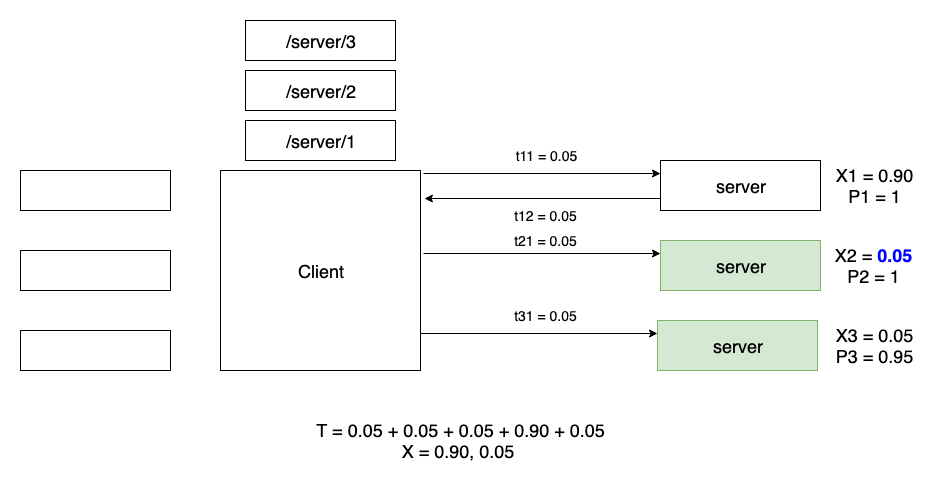
This is decks/grequests-https-talk/images/python-grequests-flow-6.png from saurabh-hirani/slides, a draw.io export, as it was before one commit. Source tidied: cells renumbered, new cells last; positions are measured from the earlier drawing's top-left corner, leaving out a move shared by most shapes.
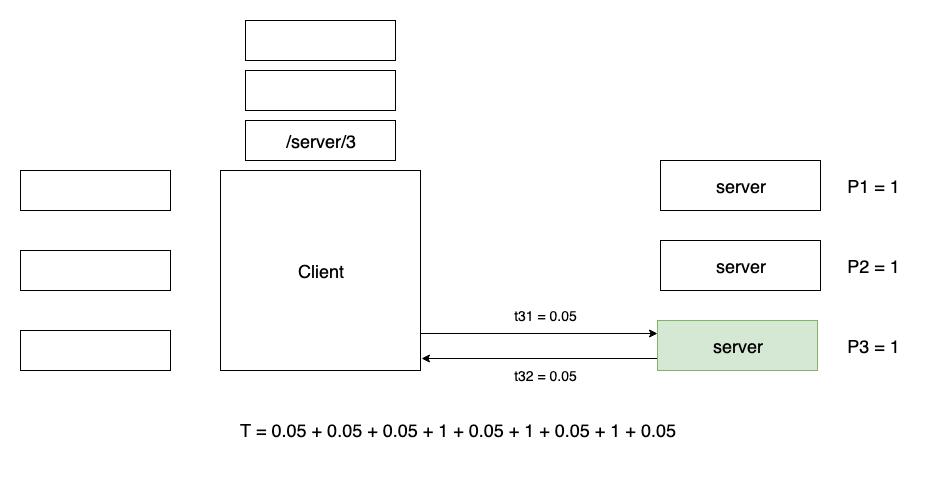
Later version of the same file.

What changed in the source:
```diff
@@ -14,23 +14,15 @@
     <mxCell id="5" value="&lt;font style=&quot;font-size: 18px&quot;&gt;Client&lt;/font&gt;" style="whiteSpace=wrap;html=1;" parent="1" vertex="1">
       <mxGeometry x="200" y="150" width="200" height="200" as="geometry" />
     </mxCell>
-    <mxCell id="6" style="edgeStyle=orthogonalEdgeStyle;rounded=0;jettySize=auto;html=1;exitX=1.015;exitY=0.015;exitDx=0;exitDy=0;entryX=0;entryY=0.25;entryDx=0;entryDy=0;exitPerimeter=0;" parent="1" edge="1" source="5" target="7">
-      <mxGeometry relative="1" as="geometry" />
-    </mxCell>
     <mxCell id="7" value="&lt;span style=&quot;white-space: normal&quot;&gt;&lt;font style=&quot;font-size: 18px&quot;&gt;server&lt;br&gt;&lt;/font&gt;&lt;/span&gt;" style="rounded=0;whiteSpace=wrap;html=1;" parent="1" vertex="1">
       <mxGeometry x="640" y="140" width="160" height="50" as="geometry" />
     </mxCell>
-    <object id="8" label="&lt;font style=&quot;font-size: 18px&quot;&gt;T = 0.05 + 0.05 + 0.05 + 0.90 + 0.05&lt;br&gt;X = 0.90, 0.05&amp;nbsp;&lt;br&gt;&lt;/font&gt;" name="Variable" placeholders="1">
+    <object id="8" label="&lt;font style=&quot;font-size: 18px&quot;&gt;T = 0.05 + 0.05 + 0.05 + 1 + 0.05 + 1 + 0.05 + 1 + 0.05&amp;nbsp;&lt;br&gt;&lt;br&gt;&lt;/font&gt;" name="Variable" placeholders="1">
       <mxCell style="text;html=1;strokeColor=none;fillColor=none;align=center;verticalAlign=middle;whiteSpace=wrap;overflow=hidden;" parent="1" vertex="1">
         <mxGeometry y="390" width="880" height="60" as="geometry" />
       </mxCell>
     </object>
-    <mxCell id="9" style="edgeStyle=orthogonalEdgeStyle;rounded=0;jettySize=auto;html=1;exitX=1.015;exitY=0.015;exitDx=0;exitDy=0;entryX=0;entryY=0.25;entryDx=0;entryDy=0;exitPerimeter=0;" parent="1" edge="1" target="10">
-      <mxGeometry relative="1" as="geometry">
-        <mxPoint x="403" y="233" as="sourcePoint" />
-      </mxGeometry>
-    </mxCell>
-    <mxCell id="10" value="&lt;span style=&quot;white-space: normal&quot;&gt;&lt;font style=&quot;font-size: 18px&quot;&gt;server&lt;br&gt;&lt;/font&gt;&lt;/span&gt;" style="rounded=0;whiteSpace=wrap;html=1;fillColor=#d5e8d4;strokeColor=#82b366;" parent="1" vertex="1">
+    <mxCell id="10" value="&lt;span style=&quot;white-space: normal&quot;&gt;&lt;font style=&quot;font-size: 18px&quot;&gt;server&lt;br&gt;&lt;/font&gt;&lt;/span&gt;" style="rounded=0;whiteSpace=wrap;html=1;" parent="1" vertex="1">
       <mxGeometry x="640" y="220" width="160" height="50" as="geometry" />
     </mxCell>
     <mxCell id="11" style="edgeStyle=orthogonalEdgeStyle;rounded=0;jettySize=auto;html=1;exitX=1.015;exitY=0.015;exitDx=0;exitDy=0;entryX=0;entryY=0.25;entryDx=0;entryDy=0;exitPerimeter=0;" parent="1" edge="1" target="12">
@@ -38,58 +30,47 @@
         <mxPoint x="400" y="313" as="sourcePoint" />
       </mxGeometry>
     </mxCell>
+    <mxCell id="24" style="edgeStyle=orthogonalEdgeStyle;rounded=0;jettySize=auto;html=1;exitX=0;exitY=0.75;exitDx=0;exitDy=0;entryX=1.02;entryY=0.14;entryDx=0;entryDy=0;entryPerimeter=0;" parent="1" edge="1" source="12">
+      <mxGeometry relative="1" as="geometry">
+        <mxPoint x="401" y="338" as="targetPoint" />
+      </mxGeometry>
+    </mxCell>
     <mxCell id="12" value="&lt;span style=&quot;white-space: normal&quot;&gt;&lt;font style=&quot;font-size: 18px&quot;&gt;server&lt;br&gt;&lt;/font&gt;&lt;/span&gt;" style="rounded=0;whiteSpace=wrap;html=1;fillColor=#d5e8d4;strokeColor=#82b366;" parent="1" vertex="1">
       <mxGeometry x="637" y="300" width="160" height="50" as="geometry" />
     </mxCell>
-    <mxCell id="13" value="&lt;span style=&quot;font-size: 18px ; white-space: normal&quot;&gt;/server/1&lt;/span&gt;" style="rounded=0;whiteSpace=wrap;html=1;" parent="1" vertex="1">
+    <mxCell id="13" value="&lt;span style=&quot;font-size: 18px ; white-space: normal&quot;&gt;/server/3&lt;/span&gt;" style="rounded=0;whiteSpace=wrap;html=1;" parent="1" vertex="1">
       <mxGeometry x="225" y="100" width="150" height="40" as="geometry" />
     </mxCell>
-    <mxCell id="14" value="&lt;span style=&quot;font-size: 18px ; white-space: normal&quot;&gt;/server/2&lt;/span&gt;" style="rounded=0;whiteSpace=wrap;html=1;" parent="1" vertex="1">
+    <mxCell id="14" style="rounded=0;whiteSpace=wrap;html=1;" parent="1" vertex="1">
       <mxGeometry x="225" y="50" width="150" height="40" as="geometry" />
     </mxCell>
-    <mxCell id="15" value="&lt;span style=&quot;font-size: 18px ; white-space: normal&quot;&gt;/server/3&lt;/span&gt;" style="rounded=0;whiteSpace=wrap;html=1;" parent="1" vertex="1">
+    <mxCell id="15" style="rounded=0;whiteSpace=wrap;html=1;" parent="1" vertex="1">
       <mxGeometry x="225" width="150" height="40" as="geometry" />
     </mxCell>
-    <object id="16" label="&lt;font style=&quot;font-size: 14px&quot;&gt;t11 = 0.05&lt;/font&gt;" name="Variable" placeholders="1">
-      <mxCell style="text;html=1;strokeColor=none;fillColor=none;align=center;verticalAlign=middle;whiteSpace=wrap;overflow=hidden;" parent="1" vertex="1">
-        <mxGeometry x="480" y="120" width="90" height="30" as="geometry" />
-      </mxCell>
-    </object>
-    <object id="17" label="&lt;font style=&quot;font-size: 14px&quot;&gt;t21 = 0.05&lt;/font&gt;" name="Variable" placeholders="1">
-      <mxCell style="text;html=1;strokeColor=none;fillColor=none;align=center;verticalAlign=middle;whiteSpace=wrap;overflow=hidden;" parent="1" vertex="1">
-        <mxGeometry x="480" y="205" width="90" height="30" as="geometry" />
-      </mxCell>
-    </object>
     <object id="18" label="&lt;font style=&quot;font-size: 14px&quot;&gt;t31 = 0.05&lt;/font&gt;" name="Variable" placeholders="1">
       <mxCell style="text;html=1;strokeColor=none;fillColor=none;align=center;verticalAlign=middle;whiteSpace=wrap;overflow=hidden;" parent="1" vertex="1">
         <mxGeometry x="480" y="280" width="90" height="30" as="geometry" />
       </mxCell>
     </object>
+    <object id="25" label="&lt;font style=&quot;font-size: 14px&quot;&gt;t32 = 0.05&lt;/font&gt;" name="Variable" placeholders="1">
+      <mxCell style="text;html=1;strokeColor=none;fillColor=none;align=center;verticalAlign=middle;whiteSpace=wrap;overflow=hidden;" parent="1" vertex="1">
+        <mxGeometry x="480" y="340" width="90" height="30" as="geometry" />
+      </mxCell>
+    </object>
-    <object id="19" label="&lt;font style=&quot;font-size: 18px&quot;&gt;X1 = 0.90&lt;br&gt;P1 = 1&lt;/font&gt;" name="Variable" placeholders="1">
+    <object id="19" label="&lt;font style=&quot;font-size: 18px&quot;&gt;P1 = 1&lt;/font&gt;" name="Variable" placeholders="1">
       <mxCell style="text;html=1;strokeColor=none;fillColor=none;align=center;verticalAlign=middle;whiteSpace=wrap;overflow=hidden;" parent="1" vertex="1">
         <mxGeometry x="806" y="140" width="94" height="50" as="geometry" />
       </mxCell>
     </object>
-    <object id="20" label="&lt;font style=&quot;font-size: 18px&quot;&gt;X2 = &lt;font color=&quot;#0000ff&quot;&gt;&lt;b&gt;0.05&lt;/b&gt;&lt;/font&gt;&lt;br&gt;P2 = 1&lt;/font&gt;" name="Variable" placeholders="1">
+    <object id="20" label="&lt;font style=&quot;font-size: 18px&quot;&gt;P2 = 1&lt;/font&gt;" name="Variable" placeholders="1">
       <mxCell style="text;html=1;strokeColor=none;fillColor=none;align=center;verticalAlign=middle;whiteSpace=wrap;overflow=hidden;" parent="1" vertex="1">
-        <mxGeometry x="805" y="220" width="94" height="50" as="geometry" />
+        <mxGeometry x="806" y="220" width="94" height="50" as="geometry" />
       </mxCell>
     </object>
-    <object id="21" label="&lt;font style=&quot;font-size: 18px&quot;&gt;X3 = 0.05&lt;br&gt;P3 = 0.95&lt;/font&gt;" name="Variable" placeholders="1">
+    <object id="21" label="&lt;font style=&quot;font-size: 18px&quot;&gt;P3 = 1&lt;/font&gt;" name="Variable" placeholders="1">
       <mxCell style="text;html=1;strokeColor=none;fillColor=none;align=center;verticalAlign=middle;whiteSpace=wrap;overflow=hidden;" parent="1" vertex="1">
         <mxGeometry x="806" y="300" width="94" height="50" as="geometry" />
       </mxCell>
     </object>
-    <mxCell id="22" style="edgeStyle=orthogonalEdgeStyle;rounded=0;orthogonalLoop=1;jettySize=auto;html=1;exitX=0;exitY=0.75;exitDx=0;exitDy=0;entryX=1.02;entryY=0.14;entryDx=0;entryDy=0;entryPerimeter=0;" parent="1" edge="1">
-      <mxGeometry relative="1" as="geometry">
-        <mxPoint x="640" y="178" as="sourcePoint" />
-        <mxPoint x="404" y="178" as="targetPoint" />
-      </mxGeometry>
-    </mxCell>
-    <object id="23" label="&lt;font style=&quot;font-size: 14px&quot;&gt;t12 = 0.05&lt;/font&gt;" name="Variable" placeholders="1">
-      <mxCell style="text;html=1;strokeColor=none;fillColor=none;align=center;verticalAlign=middle;whiteSpace=wrap;overflow=hidden;" parent="1" vertex="1">
-        <mxGeometry x="480" y="180" width="90" height="30" as="geometry" />
-      </mxCell>
-    </object>
   </root>
 </mxGraphModel>
```
